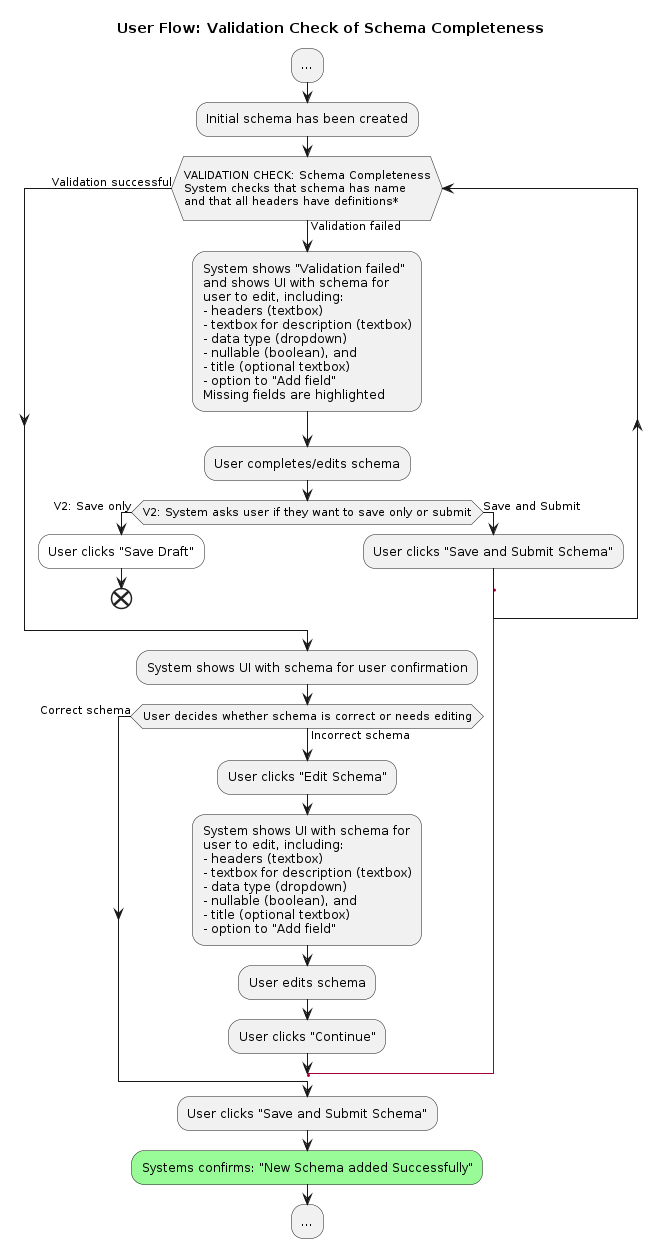
This is docs/design/images/user-flow-validation-schema-completeness.png from signekb/seedcase-sprout, a PlantUML export, as it was before one commit.
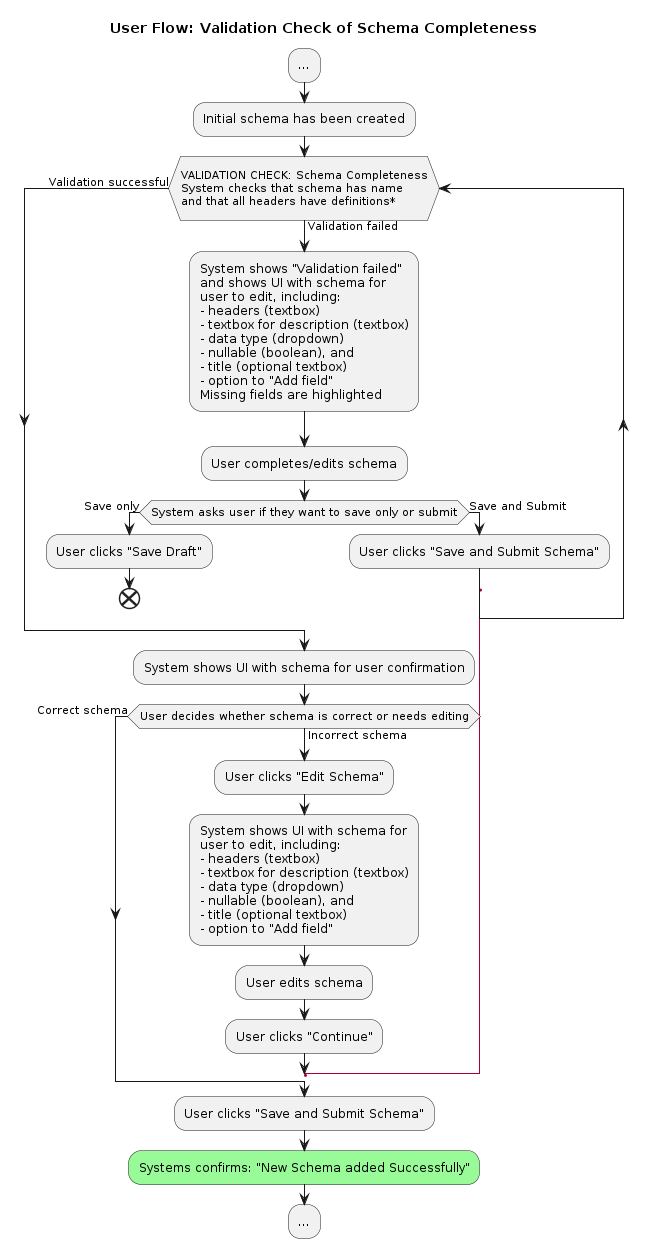
After the change.

The edit, as a diff of the source:
```diff
@@ -16,8 +16,8 @@
     - option to "Add field"
     Missing fields are highlighted;
     :User completes/edits schema;
-    if (V2: System asks user if they want to save only or submit) then (V2: Save only)
-      #White:User clicks "Save Draft";
+    if (System asks user if they want to save only or submit) then (Save only)
+      :User clicks "Save Draft";
       end
     else (Save and Submit)
       :User clicks "Save and Submit Schema";
```
